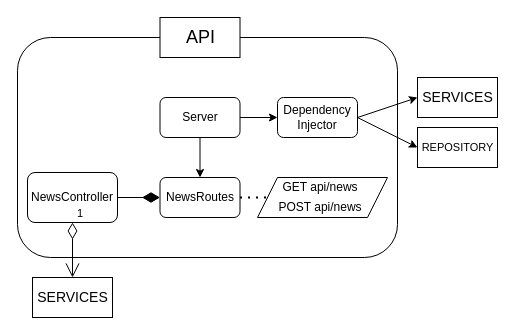
carlCarlson6/CamillionCodeAssignment keeps this draw.io diagram as img/API_diagram.drawio. Above is the earlier version. Source tidied: cells renumbered, new cells numbered last; positions are measured from the earlier drawing's top-left corner, leaving out a move shared by most shapes. Both pictures are drawn from the tidied source at 100%, with x=0, y=0 at pixel (17, 17).
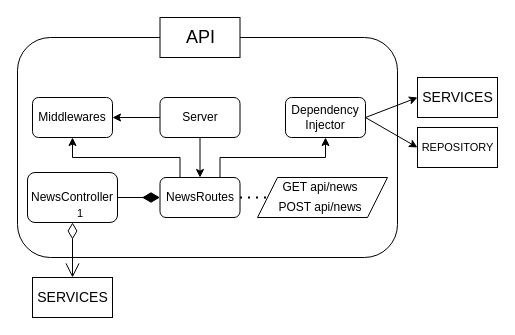
Above is the later version.

The change refers to these unchanged cells:
```xml
<mxCell id="6" value="Server" style="rounded=1;whiteSpace=wrap;html=1;" parent="1" vertex="1">
  <mxGeometry x="142.5" y="80" width="80" height="40" as="geometry" />
</mxCell>
<mxCell id="7" value="NewsRoutes" style="rounded=1;whiteSpace=wrap;html=1;" parent="1" vertex="1">
  <mxGeometry x="142.5" y="160" width="80" height="40" as="geometry" />
</mxCell>
```

The edit, as a diff of the source:
```diff
@@
-    <mxCell id="5" style="edgeStyle=orthogonalEdgeStyle;rounded=0;jettySize=auto;html=1;" parent="1" edge="1" source="6" target="10">
-      <mxGeometry relative="1" as="geometry" />
-    </mxCell>
+    <mxCell id="21" style="edgeStyle=orthogonalEdgeStyle;rounded=0;jettySize=auto;html=1;entryX=1;entryY=0.5;entryDx=0;entryDy=0;" parent="1" edge="1" source="6" target="24">
+      <mxGeometry relative="1" as="geometry" />
+    </mxCell>
@@
+    <mxCell id="22" style="edgeStyle=orthogonalEdgeStyle;rounded=0;jettySize=auto;html=1;exitX=0.75;exitY=0;exitDx=0;exitDy=0;entryX=0.5;entryY=1;entryDx=0;entryDy=0;" parent="1" edge="1" source="7" target="10">
+      <mxGeometry relative="1" as="geometry" />
+    </mxCell>
+    <mxCell id="23" style="edgeStyle=orthogonalEdgeStyle;rounded=0;jettySize=auto;html=1;exitX=0.25;exitY=0;exitDx=0;exitDy=0;" parent="1" edge="1" source="7" target="24">
+      <mxGeometry relative="1" as="geometry" />
+    </mxCell>
@@
     <mxCell id="10" value="Dependency Injector" style="rounded=1;whiteSpace=wrap;html=1;" parent="1" vertex="1">
-      <mxGeometry x="260" y="80" width="80" height="40" as="geometry" />
+      <mxGeometry x="268" y="80" width="80" height="40" as="geometry" />
     </mxCell>
@@
+    <mxCell id="24" value="&lt;div&gt;Middlewares&lt;/div&gt;" style="rounded=1;whiteSpace=wrap;html=1;" parent="1" vertex="1">
+      <mxGeometry x="15" y="80" width="80" height="40" as="geometry" />
+    </mxCell>
```
